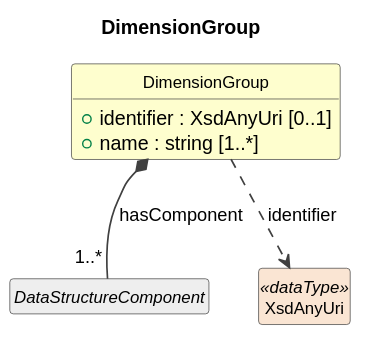
Cross-Domain-Interoperability-Framework/metadataBuildingBlocks keeps this PlantUML diagram as cdif-uml-model/_plantuml/dataDescriptionWithStructure/Classes/DimensionGroup.svg. Above is the earlier version.
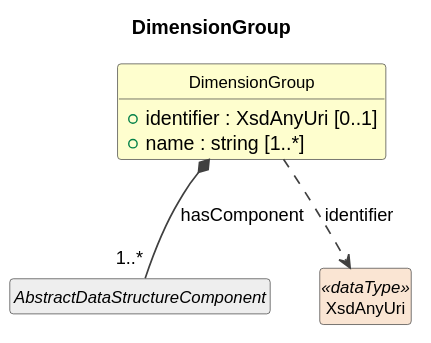
Above is the later version.

Change to the diagram source:
```diff
@@ -14,8 +14,8 @@
   +identifier : XsdAnyUri [0..1]
   +name : string [1..*]
 }
-abstract class "DataStructureComponent" as DataStructureComponent #EEEEEE
-DimensionGroup *-- "1..*" DataStructureComponent : hasComponent
+abstract class "AbstractDataStructureComponent" as AbstractDataStructureComponent #EEEEEE
+DimensionGroup *-- "1..*" AbstractDataStructureComponent : hasComponent
 class "XsdAnyUri" as XsdAnyUri <<dataType>> #FAE5D3
 DimensionGroup ..> XsdAnyUri : identifier
 @enduml
```
